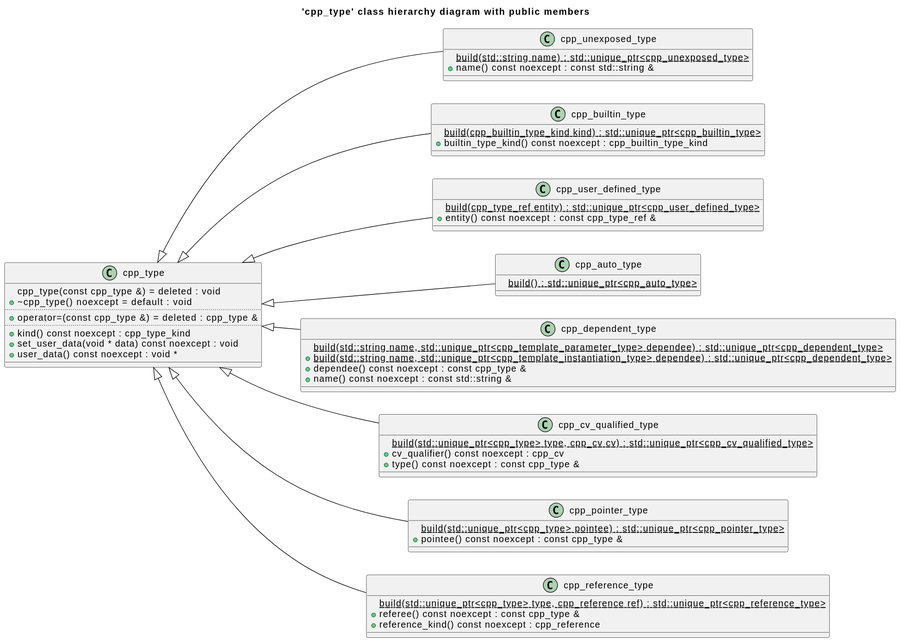
The PlantUML diagram cppast/diagrams/cpp_type_class_hierarchy_full_diagram.svg in bkryza/clang-uml-examples, before a commit. Source of this version:
```plantuml
@startuml
title 'cpp_type' class hierarchy diagram with public members
left to right direction
class "cpp_type" as C_0012685224329895379678
class C_0012685224329895379678 [[https://github.com/foonathan/cppast/blob/5329e377ab9b9ab9309e9641f3fcda04366a449a/include/cppast/cpp_type.hpp#L44{cpp_type}]] {
+cpp_type(const cpp_type &) = deleted : void [[[https://github.com/foonathan/cppast/blob/5329e377ab9b9ab9309e9641f3fcda04366a449a/include/cppast/cpp_type.hpp#L47{cpp_type}]]]
+~cpp_type() noexcept = default : void [[[https://github.com/foonathan/cppast/blob/5329e377ab9b9ab9309e9641f3fcda04366a449a/include/cppast/cpp_type.hpp#L50{~cpp_type}]]]
..
+operator=(const cpp_type &) = deleted : cpp_type & [[[https://github.com/foonathan/cppast/blob/5329e377ab9b9ab9309e9641f3fcda04366a449a/include/cppast/cpp_type.hpp#L48{operator=}]]]
..
+kind() const noexcept : cpp_type_kind [[[https://github.com/foonathan/cppast/blob/5329e377ab9b9ab9309e9641f3fcda04366a449a/include/cppast/cpp_type.hpp#L53{kind}]]]
+set_user_data(void * data) const noexcept : void [[[https://github.com/foonathan/cppast/blob/5329e377ab9b9ab9309e9641f3fcda04366a449a/include/cppast/cpp_type.hpp#L71{set_user_data}]]]
+user_data() const noexcept : void * [[[https://github.com/foonathan/cppast/blob/5329e377ab9b9ab9309e9641f3fcda04366a449a/include/cppast/cpp_type.hpp#L59{user_data}]]]
__
}
class "cpp_unexposed_type" as C_0004813842429643163269
class C_0004813842429643163269 [[https://github.com/foonathan/cppast/blob/5329e377ab9b9ab9309e9641f3fcda04366a449a/include/cppast/cpp_type.hpp#L95{cpp_unexposed_type}]] {
{static} +build(std::string name) : std::unique_ptr<cpp_unexposed_type> [[[https://github.com/foonathan/cppast/blob/5329e377ab9b9ab9309e9641f3fcda04366a449a/include/cppast/cpp_type.hpp#L99{build}]]]
+name() const noexcept : const std::string & [[[https://github.com/foonathan/cppast/blob/5329e377ab9b9ab9309e9641f3fcda04366a449a/include/cppast/cpp_type.hpp#L105{name}]]]
__
}
class "cpp_builtin_type" as C_0016286280656642083260
class C_0016286280656642083260 [[https://github.com/foonathan/cppast/blob/5329e377ab9b9ab9309e9641f3fcda04366a449a/include/cppast/cpp_type.hpp#L161{cpp_builtin_type}]] {
{static} +build(cpp_builtin_type_kind kind) : std::unique_ptr<cpp_builtin_type> [[[https://github.com/foonathan/cppast/blob/5329e377ab9b9ab9309e9641f3fcda04366a449a/include/cppast/cpp_type.hpp#L165{build}]]]
+builtin_type_kind() const noexcept : cpp_builtin_type_kind [[[https://github.com/foonathan/cppast/blob/5329e377ab9b9ab9309e9641f3fcda04366a449a/include/cppast/cpp_type.hpp#L171{builtin_type_kind}]]]
__
}
class "cpp_user_defined_type" as C_0017335635478607505504
class C_0017335635478607505504 [[https://github.com/foonathan/cppast/blob/5329e377ab9b9ab9309e9641f3fcda04366a449a/include/cppast/cpp_type.hpp#L202{cpp_user_defined_type}]] {
{static} +build(cpp_type_ref entity) : std::unique_ptr<cpp_user_defined_type> [[[https://github.com/foonathan/cppast/blob/5329e377ab9b9ab9309e9641f3fcda04366a449a/include/cppast/cpp_type.hpp#L206{build}]]]
+entity() const noexcept : const cpp_type_ref & [[[https://github.com/foonathan/cppast/blob/5329e377ab9b9ab9309e9641f3fcda04366a449a/include/cppast/cpp_type.hpp#L213{entity}]]]
__
}
class "cpp_auto_type" as C_0014472026947678462140
class C_0014472026947678462140 [[https://github.com/foonathan/cppast/blob/5329e377ab9b9ab9309e9641f3fcda04366a449a/include/cppast/cpp_type.hpp#L230{cpp_auto_type}]] {
{static} +build() : std::unique_ptr<cpp_auto_type> [[[https://github.com/foonathan/cppast/blob/5329e377ab9b9ab9309e9641f3fcda04366a449a/include/cppast/cpp_type.hpp#L234{build}]]]
__
}
class "cpp_dependent_type" as C_0004063987833557896570
class C_0004063987833557896570 [[https://github.com/foonathan/cppast/blob/5329e377ab9b9ab9309e9641f3fcda04366a449a/include/cppast/cpp_type.hpp#L249{cpp_dependent_type}]] {
{static} +build(std::string name, std::unique_ptr<cpp_template_parameter_type> dependee) : std::unique_ptr<cpp_dependent_type> [[[https://github.com/foonathan/cppast/blob/5329e377ab9b9ab9309e9641f3fcda04366a449a/include/cppast/cpp_type.hpp#L253{build}]]]
{static} +build(std::string name, std::unique_ptr<cpp_template_instantiation_type> dependee) : std::unique_ptr<cpp_dependent_type> [[[https://github.com/foonathan/cppast/blob/5329e377ab9b9ab9309e9641f3fcda04366a449a/include/cppast/cpp_type.hpp#L257{build}]]]
+dependee() const noexcept : const cpp_type & [[[https://github.com/foonathan/cppast/blob/5329e377ab9b9ab9309e9641f3fcda04366a449a/include/cppast/cpp_type.hpp#L270{dependee}]]]
+name() const noexcept : const std::string & [[[https://github.com/foonathan/cppast/blob/5329e377ab9b9ab9309e9641f3fcda04366a449a/include/cppast/cpp_type.hpp#L262{name}]]]
__
}
class "cpp_cv_qualified_type" as C_0002742775955639665712
class C_0002742775955639665712 [[https://github.com/foonathan/cppast/blob/5329e377ab9b9ab9309e9641f3fcda04366a449a/include/cppast/cpp_type.hpp#L311{cpp_cv_qualified_type}]] {
{static} +build(std::unique_ptr<cpp_type> type, cpp_cv cv) : std::unique_ptr<cpp_cv_qualified_type> [[[https://github.com/foonathan/cppast/blob/5329e377ab9b9ab9309e9641f3fcda04366a449a/include/cppast/cpp_type.hpp#L316{build}]]]
+cv_qualifier() const noexcept : cpp_cv [[[https://github.com/foonathan/cppast/blob/5329e377ab9b9ab9309e9641f3fcda04366a449a/include/cppast/cpp_type.hpp#L330{cv_qualifier}]]]
+type() const noexcept : const cpp_type & [[[https://github.com/foonathan/cppast/blob/5329e377ab9b9ab9309e9641f3fcda04366a449a/include/cppast/cpp_type.hpp#L324{type}]]]
__
}
class "cpp_pointer_type" as C_0006892285644718134459
class C_0006892285644718134459 [[https://github.com/foonathan/cppast/blob/5329e377ab9b9ab9309e9641f3fcda04366a449a/include/cppast/cpp_type.hpp#L359{cpp_pointer_type}]] {
{static} +build(std::unique_ptr<cpp_type> pointee) : std::unique_ptr<cpp_pointer_type> [[[https://github.com/foonathan/cppast/blob/5329e377ab9b9ab9309e9641f3fcda04366a449a/include/cppast/cpp_type.hpp#L363{build}]]]
+pointee() const noexcept : const cpp_type & [[[https://github.com/foonathan/cppast/blob/5329e377ab9b9ab9309e9641f3fcda04366a449a/include/cppast/cpp_type.hpp#L369{pointee}]]]
__
}
class "cpp_reference_type" as C_0004804591595803064605
class C_0004804591595803064605 [[https://github.com/foonathan/cppast/blob/5329e377ab9b9ab9309e9641f3fcda04366a449a/include/cppast/cpp_type.hpp#L394{cpp_reference_type}]] {
{static} +build(std::unique_ptr<cpp_type> type, cpp_reference ref) : std::unique_ptr<cpp_reference_type> [[[https://github.com/foonathan/cppast/blob/5329e377ab9b9ab9309e9641f3fcda04366a449a/include/cppast/cpp_type.hpp#L399{build}]]]
+referee() const noexcept : const cpp_type & [[[https://github.com/foonathan/cppast/blob/5329e377ab9b9ab9309e9641f3fcda04366a449a/include/cppast/cpp_type.hpp#L407{referee}]]]
+reference_kind() const noexcept : cpp_reference [[[https://github.com/foonathan/cppast/blob/5329e377ab9b9ab9309e9641f3fcda04366a449a/include/cppast/cpp_type.hpp#L413{reference_kind}]]]
__
}
C_0012685224329895379678 <|-- C_0004813842429643163269
C_0012685224329895379678 <|-- C_0016286280656642083260
C_0012685224329895379678 <|-- C_0017335635478607505504
C_0012685224329895379678 <|-- C_0014472026947678462140
C_0012685224329895379678 <|-- C_0004063987833557896570
C_0012685224329895379678 <|-- C_0002742775955639665712
C_0012685224329895379678 <|-- C_0006892285644718134459
C_0012685224329895379678 <|-- C_0004804591595803064605

@enduml
```
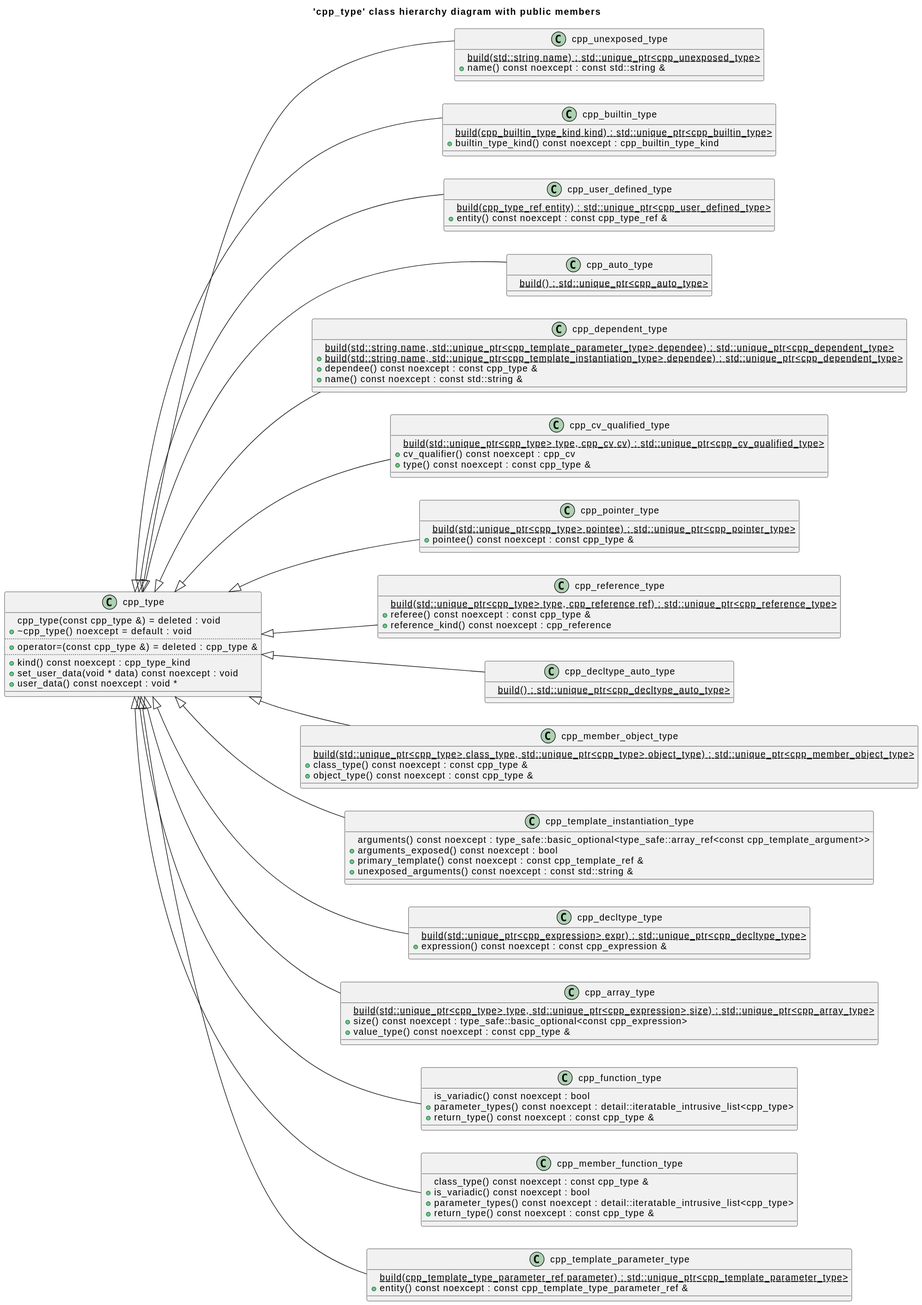
The same diagram one commit later.

Change to the diagram source:
```diff
@@ -64,6 +64,60 @@
 +reference_kind() const noexcept : cpp_reference [[[https://github.com/foonathan/cppast/blob/5329e377ab9b9ab9309e9641f3fcda04366a449a/include/cppast/cpp_type.hpp#L413{reference_kind}]]]
 __
 }
+class "cpp_decltype_auto_type" as C_0000209986721715701296
+class C_0000209986721715701296 [[https://github.com/foonathan/cppast/blob/5329e377ab9b9ab9309e9641f3fcda04366a449a/include/cppast/cpp_decltype_type.hpp#L40{cpp_decltype_auto_type}]] {
+{static} +build() : std::unique_ptr<cpp_decltype_auto_type> [[[https://github.com/foonathan/cppast/blob/5329e377ab9b9ab9309e9641f3fcda04366a449a/include/cppast/cpp_decltype_type.hpp#L44{build}]]]
+__
+}
+class "cpp_member_object_type" as C_0004829067063951846468
+class C_0004829067063951846468 [[https://github.com/foonathan/cppast/blob/5329e377ab9b9ab9309e9641f3fcda04366a449a/include/cppast/cpp_function_type.hpp#L164{cpp_member_object_type}]] {
+{static} +build(std::unique_ptr<cpp_type> class_type, std::unique_ptr<cpp_type> object_type) : std::unique_ptr<cpp_member_object_type> [[[https://github.com/foonathan/cppast/blob/5329e377ab9b9ab9309e9641f3fcda04366a449a/include/cppast/cpp_function_type.hpp#L168{build}]]]
++class_type() const noexcept : const cpp_type & [[[https://github.com/foonathan/cppast/blob/5329e377ab9b9ab9309e9641f3fcda04366a449a/include/cppast/cpp_function_type.hpp#L176{class_type}]]]
++object_type() const noexcept : const cpp_type & [[[https://github.com/foonathan/cppast/blob/5329e377ab9b9ab9309e9641f3fcda04366a449a/include/cppast/cpp_function_type.hpp#L182{object_type}]]]
+__
+}
+class "cpp_template_instantiation_type" as C_0008075371397714845723
+class C_0008075371397714845723 [[https://github.com/foonathan/cppast/blob/5329e377ab9b9ab9309e9641f3fcda04366a449a/include/cppast/cpp_template.hpp#L93{cpp_template_instantiation_type}]] {
++arguments() const noexcept : type_safe::basic_optional<type_safe::array_ref<const cpp_template_argument>> [[[https://github.com/foonathan/cppast/blob/5329e377ab9b9ab9309e9641f3fcda04366a449a/include/cppast/cpp_template.hpp#L145{arguments}]]]
++arguments_exposed() const noexcept : bool [[[https://github.com/foonathan/cppast/blob/5329e377ab9b9ab9309e9641f3fcda04366a449a/include/cppast/cpp_template.hpp#L138{arguments_exposed}]]]
++primary_template() const noexcept : const cpp_template_ref & [[[https://github.com/foonathan/cppast/blob/5329e377ab9b9ab9309e9641f3fcda04366a449a/include/cppast/cpp_template.hpp#L132{primary_template}]]]
++unexposed_arguments() const noexcept : const std::string & [[[https://github.com/foonathan/cppast/blob/5329e377ab9b9ab9309e9641f3fcda04366a449a/include/cppast/cpp_template.hpp#L156{unexposed_arguments}]]]
+__
+}
+class "cpp_decltype_type" as C_0009479862681401776453
+class C_0009479862681401776453 [[https://github.com/foonathan/cppast/blob/5329e377ab9b9ab9309e9641f3fcda04366a449a/include/cppast/cpp_decltype_type.hpp#L13{cpp_decltype_type}]] {
+{static} +build(std::unique_ptr<cpp_expression> expr) : std::unique_ptr<cpp_decltype_type> [[[https://github.com/foonathan/cppast/blob/5329e377ab9b9ab9309e9641f3fcda04366a449a/include/cppast/cpp_decltype_type.hpp#L17{build}]]]
++expression() const noexcept : const cpp_expression & [[[https://github.com/foonathan/cppast/blob/5329e377ab9b9ab9309e9641f3fcda04366a449a/include/cppast/cpp_decltype_type.hpp#L23{expression}]]]
+__
+}
+class "cpp_array_type" as C_0010779989821278160600
+class C_0010779989821278160600 [[https://github.com/foonathan/cppast/blob/5329e377ab9b9ab9309e9641f3fcda04366a449a/include/cppast/cpp_array_type.hpp#L13{cpp_array_type}]] {
+{static} +build(std::unique_ptr<cpp_type> type, std::unique_ptr<cpp_expression> size) : std::unique_ptr<cpp_array_type> [[[https://github.com/foonathan/cppast/blob/5329e377ab9b9ab9309e9641f3fcda04366a449a/include/cppast/cpp_array_type.hpp#L18{build}]]]
++size() const noexcept : type_safe::basic_optional<const cpp_expression> [[[https://github.com/foonathan/cppast/blob/5329e377ab9b9ab9309e9641f3fcda04366a449a/include/cppast/cpp_array_type.hpp#L33{size}]]]
++value_type() const noexcept : const cpp_type & [[[https://github.com/foonathan/cppast/blob/5329e377ab9b9ab9309e9641f3fcda04366a449a/include/cppast/cpp_array_type.hpp#L26{value_type}]]]
+__
+}
+class "cpp_function_type" as C_0011646818473724564525
+class C_0011646818473724564525 [[https://github.com/foonathan/cppast/blob/5329e377ab9b9ab9309e9641f3fcda04366a449a/include/cppast/cpp_function_type.hpp#L14{cpp_function_type}]] {
++is_variadic() const noexcept : bool [[[https://github.com/foonathan/cppast/blob/5329e377ab9b9ab9309e9641f3fcda04366a449a/include/cppast/cpp_function_type.hpp#L61{is_variadic}]]]
++parameter_types() const noexcept : detail::iteratable_intrusive_list<cpp_type> [[[https://github.com/foonathan/cppast/blob/5329e377ab9b9ab9309e9641f3fcda04366a449a/include/cppast/cpp_function_type.hpp#L55{parameter_types}]]]
++return_type() const noexcept : const cpp_type & [[[https://github.com/foonathan/cppast/blob/5329e377ab9b9ab9309e9641f3fcda04366a449a/include/cppast/cpp_function_type.hpp#L49{return_type}]]]
+__
+}
+class "cpp_member_function_type" as C_0015655533434215258614
+class C_0015655533434215258614 [[https://github.com/foonathan/cppast/blob/5329e377ab9b9ab9309e9641f3fcda04366a449a/include/cppast/cpp_function_type.hpp#L87{cpp_member_function_type}]] {
++class_type() const noexcept : const cpp_type & [[[https://github.com/foonathan/cppast/blob/5329e377ab9b9ab9309e9641f3fcda04366a449a/include/cppast/cpp_function_type.hpp#L122{class_type}]]]
++is_variadic() const noexcept : bool [[[https://github.com/foonathan/cppast/blob/5329e377ab9b9ab9309e9641f3fcda04366a449a/include/cppast/cpp_function_type.hpp#L140{is_variadic}]]]
++parameter_types() const noexcept : detail::iteratable_intrusive_list<cpp_type> [[[https://github.com/foonathan/cppast/blob/5329e377ab9b9ab9309e9641f3fcda04366a449a/include/cppast/cpp_function_type.hpp#L134{parameter_types}]]]
++return_type() const noexcept : const cpp_type & [[[https://github.com/foonathan/cppast/blob/5329e377ab9b9ab9309e9641f3fcda04366a449a/include/cppast/cpp_function_type.hpp#L128{return_type}]]]
+__
+}
+class "cpp_template_parameter_type" as C_0017266576910863053385
+class C_0017266576910863053385 [[https://github.com/foonathan/cppast/blob/5329e377ab9b9ab9309e9641f3fcda04366a449a/include/cppast/cpp_template_parameter.hpp#L106{cpp_template_parameter_type}]] {
+{static} +build(cpp_template_type_parameter_ref parameter) : std::unique_ptr<cpp_template_parameter_type> [[[https://github.com/foonathan/cppast/blob/5329e377ab9b9ab9309e9641f3fcda04366a449a/include/cppast/cpp_template_parameter.hpp#L110{build}]]]
++entity() const noexcept : const cpp_template_type_parameter_ref & [[[https://github.com/foonathan/cppast/blob/5329e377ab9b9ab9309e9641f3fcda04366a449a/include/cppast/cpp_template_parameter.hpp#L118{entity}]]]
+__
+}
 C_0012685224329895379678 <|-- C_0004813842429643163269
 C_0012685224329895379678 <|-- C_0016286280656642083260
 C_0012685224329895379678 <|-- C_0017335635478607505504
@@ -72,5 +126,13 @@
 C_0012685224329895379678 <|-- C_0002742775955639665712
 C_0012685224329895379678 <|-- C_0006892285644718134459
 C_0012685224329895379678 <|-- C_0004804591595803064605
+C_0012685224329895379678 <|-- C_0000209986721715701296
+C_0012685224329895379678 <|-- C_0004829067063951846468
+C_0012685224329895379678 <|-- C_0008075371397714845723
+C_0012685224329895379678 <|-- C_0009479862681401776453
+C_0012685224329895379678 <|-- C_0010779989821278160600
+C_0012685224329895379678 <|-- C_0011646818473724564525
+C_0012685224329895379678 <|-- C_0015655533434215258614
+C_0012685224329895379678 <|-- C_0017266576910863053385
 
 @enduml
```
